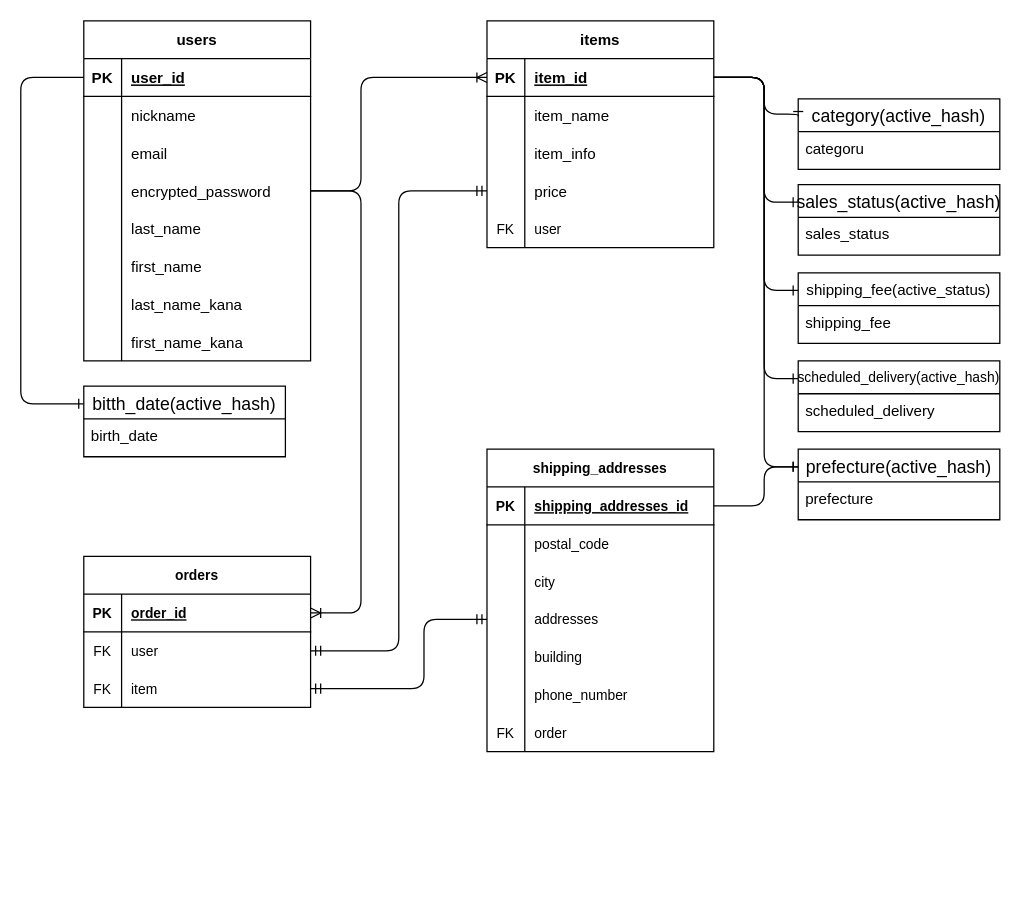
Before: ER.dio in tashiyama/furima-37891, a draw.io diagram. Source tidied: cells renumbered, new cells numbered last; positions are measured from the earlier drawing's top-left corner, leaving out a move shared by most shapes. Both pictures are drawn from the tidied source at 126%, with x=0, y=0 at pixel (20, 20).
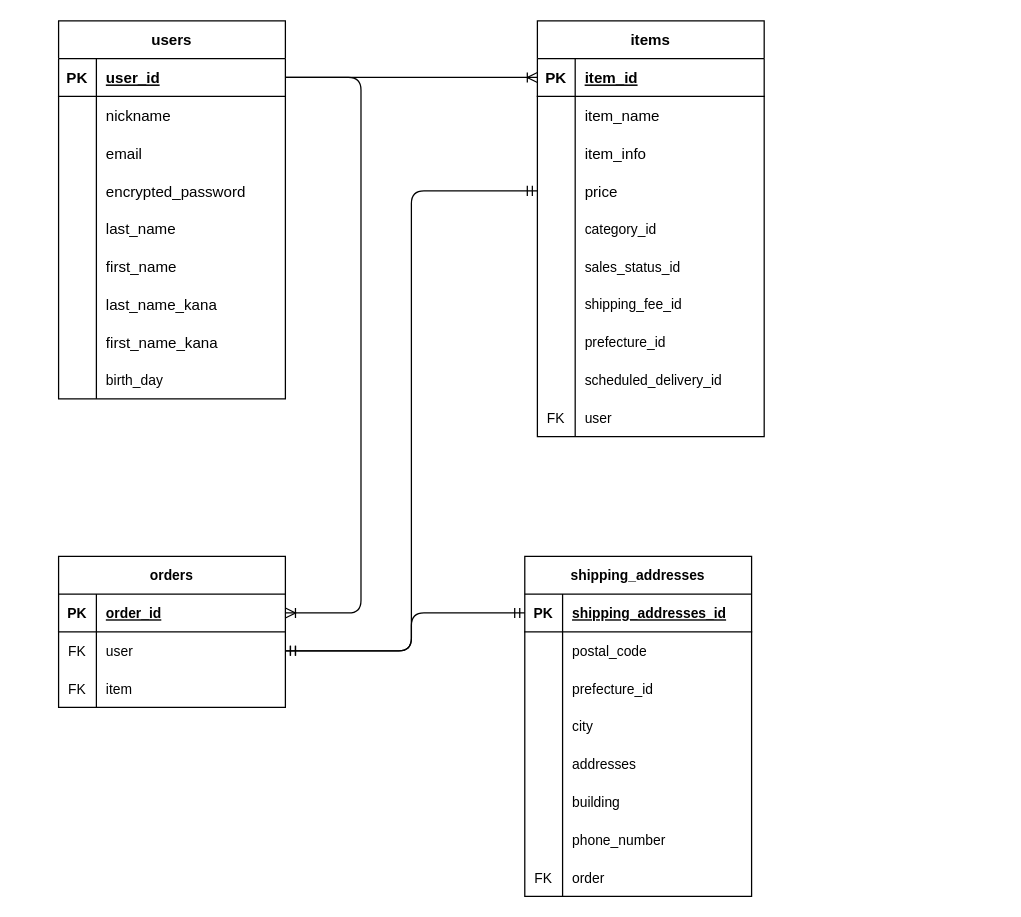
After the change.

Commit message (it also covers changes not shown here):
READ ME の修正とそれに合わせたER図

Unchanged cells that the change refers to:
```xml
<mxCell id="3" style="shape=partialRectangle;fillColor=none;top=0;left=0;bottom=1;right=0;points=[[0,0.5],[1,0.5]];portConstraint=eastwest;" parent="2" vertex="1">
  <mxGeometry y="30" width="180" height="30" as="geometry" />
</mxCell>
<mxCell id="12" style="shape=partialRectangle;fillColor=none;top=0;left=0;bottom=0;right=0;points=[[0,0.5],[1,0.5]];portConstraint=eastwest;" parent="2" vertex="1">
  <mxGeometry y="120" width="180" height="30" as="geometry" />
</mxCell>
<mxCell id="28" style="shape=partialRectangle;fillColor=none;top=0;left=0;bottom=1;right=0;points=[[0,0.5],[1,0.5]];portConstraint=eastwest;" parent="27" vertex="1">
  <mxGeometry y="30" width="180" height="30" as="geometry" />
</mxCell>
<mxCell id="54" style="shape=partialRectangle;fillColor=none;top=0;left=0;bottom=1;right=0;points=[[0,0.5],[1,0.5]];portConstraint=eastwest;fontSize=11;" parent="53" vertex="1">
  <mxGeometry y="30" width="180" height="30" as="geometry" />
</mxCell>
<mxCell id="57" style="shape=partialRectangle;fillColor=none;top=0;left=0;bottom=0;right=0;points=[[0,0.5],[1,0.5]];portConstraint=eastwest;fontSize=11;" parent="53" vertex="1">
  <mxGeometry y="60" width="180" height="30" as="geometry" />
</mxCell>
<mxCell id="60" style="shape=partialRectangle;fillColor=none;top=0;left=0;bottom=0;right=0;points=[[0,0.5],[1,0.5]];portConstraint=eastwest;fontSize=11;" parent="53" vertex="1">
  <mxGeometry y="90" width="180" height="30" as="geometry" />
</mxCell>
<mxCell id="64" style="shape=partialRectangle;fillColor=none;top=0;left=0;bottom=1;right=0;points=[[0,0.5],[1,0.5]];portConstraint=eastwest;fontSize=11;" parent="63" vertex="1">
  <mxGeometry y="30" width="180" height="30" as="geometry" />
</mxCell>
```

What changed in the source:
```diff
@@
     <mxCell id="2" value="users" style="shape=table;startSize=30;childLayout=tableLayout;rowLines=0;fontStyle=1;align=center;" parent="1" vertex="1">
-      <mxGeometry x="50" width="180" height="270" as="geometry" />
+      <mxGeometry x="30" width="180" height="300" as="geometry" />
     </mxCell>
@@
+    <mxCell id="98" style="shape=partialRectangle;fillColor=none;top=0;left=0;bottom=0;right=0;fontSize=11;" parent="2" vertex="1">
+      <mxGeometry y="270" width="180" height="30" as="geometry" />
+    </mxCell>
+    <mxCell id="99" style="shape=partialRectangle;fillColor=none;top=0;left=0;bottom=0;right=0;overflow=hidden;fontSize=11;" parent="98" vertex="1">
+      <mxGeometry width="30" height="30" as="geometry" />
+    </mxCell>
+    <mxCell id="100" value="birth_day" style="shape=partialRectangle;fillColor=none;top=0;left=0;bottom=0;right=0;align=left;spacingLeft=6;overflow=hidden;fontSize=11;" parent="98" vertex="1">
+      <mxGeometry x="30" width="150" height="30" as="geometry" />
+    </mxCell>
     <mxCell id="27" value="items" style="shape=table;startSize=30;childLayout=tableLayout;rowLines=0;fontStyle=1;align=center;" parent="1" vertex="1">
-      <mxGeometry x="370" width="180" height="180" as="geometry" />
+      <mxGeometry x="410" width="180" height="330" as="geometry" />
     </mxCell>
@@
+    <mxCell id="101" style="shape=partialRectangle;fillColor=none;top=0;left=0;bottom=0;right=0;fontSize=11;" parent="27" vertex="1">
+      <mxGeometry y="150" width="180" height="30" as="geometry" />
+    </mxCell>
+    <mxCell id="102" style="shape=partialRectangle;fillColor=none;top=0;left=0;bottom=0;right=0;overflow=hidden;fontSize=11;" parent="101" vertex="1">
+      <mxGeometry width="30" height="30" as="geometry" />
+    </mxCell>
+    <mxCell id="103" value="category_id" style="shape=partialRectangle;fillColor=none;top=0;left=0;bottom=0;right=0;align=left;spacingLeft=6;overflow=hidden;fontSize=11;" parent="101" vertex="1">
+      <mxGeometry x="30" width="150" height="30" as="geometry" />
+    </mxCell>
+    <mxCell id="104" style="shape=partialRectangle;fillColor=none;top=0;left=0;bottom=0;right=0;fontSize=11;" parent="27" vertex="1">
+      <mxGeometry y="180" width="180" height="30" as="geometry" />
+    </mxCell>
+    <mxCell id="105" style="shape=partialRectangle;fillColor=none;top=0;left=0;bottom=0;right=0;overflow=hidden;fontSize=11;" parent="104" vertex="1">
+      <mxGeometry width="30" height="30" as="geometry" />
+    </mxCell>
+    <mxCell id="106" value="sales_status_id" style="shape=partialRectangle;fillColor=none;top=0;left=0;bottom=0;right=0;align=left;spacingLeft=6;overflow=hidden;fontSize=11;" parent="104" vertex="1">
+      <mxGeometry x="30" width="150" height="30" as="geometry" />
+    </mxCell>
+    <mxCell id="107" style="shape=partialRectangle;fillColor=none;top=0;left=0;bottom=0;right=0;fontSize=11;" parent="27" vertex="1">
+      <mxGeometry y="210" width="180" height="30" as="geometry" />
+    </mxCell>
+    <mxCell id="108" style="shape=partialRectangle;fillColor=none;top=0;left=0;bottom=0;right=0;overflow=hidden;fontSize=11;" parent="107" vertex="1">
+      <mxGeometry width="30" height="30" as="geometry" />
+    </mxCell>
+    <mxCell id="109" value="shipping_fee_id" style="shape=partialRectangle;fillColor=none;top=0;left=0;bottom=0;right=0;align=left;spacingLeft=6;overflow=hidden;fontSize=11;" parent="107" vertex="1">
+      <mxGeometry x="30" width="150" height="30" as="geometry" />
+    </mxCell>
+    <mxCell id="110" style="shape=partialRectangle;fillColor=none;top=0;left=0;bottom=0;right=0;fontSize=11;" parent="27" vertex="1">
+      <mxGeometry y="240" width="180" height="30" as="geometry" />
+    </mxCell>
+    <mxCell id="111" style="shape=partialRectangle;fillColor=none;top=0;left=0;bottom=0;right=0;overflow=hidden;fontSize=11;" parent="110" vertex="1">
+      <mxGeometry width="30" height="30" as="geometry" />
+    </mxCell>
+    <mxCell id="112" value="prefecture_id " style="shape=partialRectangle;fillColor=none;top=0;left=0;bottom=0;right=0;align=left;spacingLeft=6;overflow=hidden;fontSize=11;" parent="110" vertex="1">
+      <mxGeometry x="30" width="150" height="30" as="geometry" />
+    </mxCell>
+    <mxCell id="113" style="shape=partialRectangle;fillColor=none;top=0;left=0;bottom=0;right=0;fontSize=11;" parent="27" vertex="1">
+      <mxGeometry y="270" width="180" height="30" as="geometry" />
+    </mxCell>
+    <mxCell id="114" style="shape=partialRectangle;fillColor=none;top=0;left=0;bottom=0;right=0;overflow=hidden;fontSize=11;" parent="113" vertex="1">
+      <mxGeometry width="30" height="30" as="geometry" />
+    </mxCell>
+    <mxCell id="115" value="scheduled_delivery_id" style="shape=partialRectangle;fillColor=none;top=0;left=0;bottom=0;right=0;align=left;spacingLeft=6;overflow=hidden;fontSize=11;" parent="113" vertex="1">
+      <mxGeometry x="30" width="150" height="30" as="geometry" />
+    </mxCell>
     <mxCell id="40" style="shape=partialRectangle;fillColor=none;top=0;left=0;bottom=0;right=0;fontSize=11;" parent="27" vertex="1">
-      <mxGeometry y="150" width="180" height="30" as="geometry" />
+      <mxGeometry y="300" width="180" height="30" as="geometry" />
     </mxCell>
@@
-    <mxCell id="43" value="category(active_hash)" style="swimlane;fontStyle=0;horizontal=1;startSize=26;align=center;fontSize=14;" parent="1" vertex="1">
-      <mxGeometry x="617" y="62" width="160" height="56" as="geometry" />
-    </mxCell>
-    <mxCell id="44" value="categoru" style="text;strokeColor=none;fillColor=none;spacingLeft=4;spacingRight=4;overflow=hidden;fontSize=12;" parent="43" vertex="1">
-      <mxGeometry y="26" width="160" height="30" as="geometry" />
-    </mxCell>
-    <mxCell id="45" value="sales_status(active_hash)" style="swimlane;fontStyle=0;horizontal=1;startSize=26;align=center;fontSize=14;" parent="1" vertex="1">
-      <mxGeometry x="617" y="130" width="160" height="56" as="geometry" />
-    </mxCell>
-    <mxCell id="46" value="sales_status" style="text;strokeColor=none;fillColor=none;spacingLeft=4;spacingRight=4;overflow=hidden;fontSize=12;" parent="45" vertex="1">
-      <mxGeometry y="26" width="160" height="30" as="geometry" />
-    </mxCell>
-    <mxCell id="47" value="shipping_fee(active_status)" style="swimlane;fontStyle=0;horizontal=1;startSize=26;align=center;fontSize=12;" parent="1" vertex="1">
-      <mxGeometry x="617" y="200" width="160" height="56" as="geometry" />
-    </mxCell>
-    <mxCell id="48" value="shipping_fee" style="text;strokeColor=none;fillColor=none;spacingLeft=4;spacingRight=4;overflow=hidden;fontSize=12;" parent="47" vertex="1">
-      <mxGeometry y="26" width="160" height="30" as="geometry" />
-    </mxCell>
-    <mxCell id="49" value="prefecture(active_hash)" style="swimlane;fontStyle=0;horizontal=1;startSize=26;align=center;fontSize=14;" parent="1" vertex="1">
-      <mxGeometry x="617" y="340" width="160" height="56" as="geometry" />
-    </mxCell>
-    <mxCell id="50" value="prefecture " style="text;strokeColor=none;fillColor=none;spacingLeft=4;spacingRight=4;overflow=hidden;fontSize=12;" parent="49" vertex="1">
-      <mxGeometry y="26" width="160" height="30" as="geometry" />
-    </mxCell>
-    <mxCell id="51" value="scheduled_delivery(active_hash)" style="swimlane;fontStyle=0;horizontal=1;startSize=26;align=center;fontSize=11;" parent="1" vertex="1">
-      <mxGeometry x="617" y="270" width="160" height="56" as="geometry" />
-    </mxCell>
-    <mxCell id="52" value="scheduled_delivery" style="text;strokeColor=none;fillColor=none;spacingLeft=4;spacingRight=4;overflow=hidden;fontSize=12;" parent="51" vertex="1">
-      <mxGeometry y="26" width="160" height="30" as="geometry" />
-    </mxCell>
     <mxCell id="53" value="orders" style="shape=table;startSize=30;childLayout=tableLayout;rowLines=0;fontStyle=1;align=center;fontSize=11;" parent="1" vertex="1">
-      <mxGeometry x="50" y="425" width="180" height="120" as="geometry" />
+      <mxGeometry x="30" y="425" width="180" height="120" as="geometry" />
     </mxCell>
@@
     <mxCell id="63" value="shipping_addresses" style="shape=table;startSize=30;childLayout=tableLayout;rowLines=0;fontStyle=1;align=center;fontSize=11;" parent="1" vertex="1">
-      <mxGeometry x="370" y="340" width="180" height="240" as="geometry" />
+      <mxGeometry x="400" y="425" width="180" height="270" as="geometry" />
     </mxCell>
@@
+    <mxCell id="116" style="shape=partialRectangle;fillColor=none;top=0;left=0;bottom=0;right=0;fontSize=11;" parent="63" vertex="1">
+      <mxGeometry y="90" width="180" height="30" as="geometry" />
+    </mxCell>
+    <mxCell id="117" style="shape=partialRectangle;fillColor=none;top=0;left=0;bottom=0;right=0;overflow=hidden;fontSize=11;" parent="116" vertex="1">
+      <mxGeometry width="30" height="30" as="geometry" />
+    </mxCell>
+    <mxCell id="118" value="prefecture_id" style="shape=partialRectangle;fillColor=none;top=0;left=0;bottom=0;right=0;align=left;spacingLeft=6;overflow=hidden;fontSize=11;" parent="116" vertex="1">
+      <mxGeometry x="30" width="150" height="30" as="geometry" />
+    </mxCell>
     <mxCell id="70" style="shape=partialRectangle;fillColor=none;top=0;left=0;bottom=0;right=0;fontSize=11;" parent="63" vertex="1">
-      <mxGeometry y="90" width="180" height="30" as="geometry" />
+      <mxGeometry y="120" width="180" height="30" as="geometry" />
     </mxCell>
@@
     <mxCell id="73" style="shape=partialRectangle;fillColor=none;top=0;left=0;bottom=0;right=0;points=[[0,0.5],[1,0.5]];portConstraint=eastwest;fontSize=11;" parent="63" vertex="1">
-      <mxGeometry y="120" width="180" height="30" as="geometry" />
+      <mxGeometry y="150" width="180" height="30" as="geometry" />
     </mxCell>
@@
     <mxCell id="76" style="shape=partialRectangle;fillColor=none;top=0;left=0;bottom=0;right=0;fontSize=11;" parent="63" vertex="1">
-      <mxGeometry y="150" width="180" height="30" as="geometry" />
+      <mxGeometry y="180" width="180" height="30" as="geometry" />
     </mxCell>
@@
     <mxCell id="79" style="shape=partialRectangle;fillColor=none;top=0;left=0;bottom=0;right=0;fontSize=11;" parent="63" vertex="1">
-      <mxGeometry y="180" width="180" height="30" as="geometry" />
+      <mxGeometry y="210" width="180" height="30" as="geometry" />
     </mxCell>
@@
     <mxCell id="82" style="shape=partialRectangle;fillColor=none;top=0;left=0;bottom=0;right=0;fontSize=11;" parent="63" vertex="1">
-      <mxGeometry y="210" width="180" height="30" as="geometry" />
+      <mxGeometry y="240" width="180" height="30" as="geometry" />
     </mxCell>
@@
-    <mxCell id="85" style="edgeStyle=orthogonalEdgeStyle;fontSize=12;html=1;endArrow=ERoneToMany;exitX=1;exitY=0.5;exitDx=0;exitDy=0;entryX=0;entryY=0.5;entryDx=0;entryDy=0;" parent="1" edge="1" source="12" target="28">
-      <mxGeometry relative="1" as="geometry">
-        <Array as="points">
-          <mxPoint x="270" y="135" />
-          <mxPoint x="270" y="45" />
-        </Array>
-      </mxGeometry>
-    </mxCell>
-    <mxCell id="86" style="edgeStyle=orthogonalEdgeStyle;fontSize=12;html=1;endArrow=ERoneToMany;exitX=1;exitY=0.5;exitDx=0;exitDy=0;entryX=1;entryY=0.5;entryDx=0;entryDy=0;" parent="1" edge="1" source="12" target="54">
-      <mxGeometry relative="1" as="geometry">
-        <Array as="points">
-          <mxPoint x="270" y="135" />
-          <mxPoint x="270" y="470" />
-        </Array>
-      </mxGeometry>
-    </mxCell>
@@
-    <mxCell id="88" style="edgeStyle=orthogonalEdgeStyle;fontSize=12;html=1;endArrow=ERmandOne;startArrow=ERmandOne;exitX=1;exitY=0.5;exitDx=0;exitDy=0;entryX=0;entryY=0.5;entryDx=0;entryDy=0;" parent="1" edge="1" source="60" target="73">
-      <mxGeometry relative="1" as="geometry">
-        <Array as="points">
-          <mxPoint x="320" y="530" />
-          <mxPoint x="320" y="475" />
-        </Array>
-      </mxGeometry>
-    </mxCell>
-    <mxCell id="89" style="edgeStyle=orthogonalEdgeStyle;fontSize=12;html=1;endArrow=ERone;endFill=1;exitX=1;exitY=0.5;exitDx=0;exitDy=0;entryX=0;entryY=0.25;entryDx=0;entryDy=0;" parent="1" edge="1" source="28" target="47">
-      <mxGeometry relative="1" as="geometry">
-        <Array as="points">
-          <mxPoint x="590" y="45" />
-          <mxPoint x="590" y="214" />
-        </Array>
-      </mxGeometry>
-    </mxCell>
-    <mxCell id="90" style="edgeStyle=orthogonalEdgeStyle;fontSize=12;html=1;endArrow=ERone;endFill=1;exitX=1;exitY=0.5;exitDx=0;exitDy=0;entryX=0;entryY=0.25;entryDx=0;entryDy=0;" parent="1" edge="1" source="28" target="45">
-      <mxGeometry relative="1" as="geometry">
-        <Array as="points">
-          <mxPoint x="590" y="45" />
-          <mxPoint x="590" y="144" />
-        </Array>
-      </mxGeometry>
-    </mxCell>
-    <mxCell id="91" style="edgeStyle=orthogonalEdgeStyle;fontSize=12;html=1;endArrow=ERone;endFill=1;exitX=1;exitY=0.5;exitDx=0;exitDy=0;entryX=0;entryY=0.25;entryDx=0;entryDy=0;" parent="1" edge="1" source="28" target="43">
-      <mxGeometry relative="1" as="geometry">
-        <Array as="points">
-          <mxPoint x="590" y="45" />
-          <mxPoint x="590" y="74" />
-        </Array>
-      </mxGeometry>
-    </mxCell>
-    <mxCell id="92" style="edgeStyle=orthogonalEdgeStyle;fontSize=12;html=1;endArrow=ERone;endFill=1;exitX=1;exitY=0.5;exitDx=0;exitDy=0;entryX=0;entryY=0.25;entryDx=0;entryDy=0;" parent="1" edge="1" source="28" target="51">
-      <mxGeometry relative="1" as="geometry">
-        <Array as="points">
-          <mxPoint x="590" y="45" />
-          <mxPoint x="590" y="284" />
-        </Array>
-      </mxGeometry>
-    </mxCell>
-    <mxCell id="93" style="edgeStyle=orthogonalEdgeStyle;fontSize=12;html=1;endArrow=ERone;endFill=1;exitX=1;exitY=0.5;exitDx=0;exitDy=0;entryX=0;entryY=0.25;entryDx=0;entryDy=0;" parent="1" edge="1" source="28" target="49">
-      <mxGeometry relative="1" as="geometry">
-        <Array as="points">
-          <mxPoint x="590" y="45" />
-          <mxPoint x="590" y="354" />
-        </Array>
-      </mxGeometry>
-    </mxCell>
-    <mxCell id="94" style="edgeStyle=orthogonalEdgeStyle;fontSize=12;html=1;endArrow=ERone;endFill=1;exitX=1;exitY=0.5;exitDx=0;exitDy=0;entryX=0;entryY=0.25;entryDx=0;entryDy=0;" parent="1" edge="1" source="64" target="49">
-      <mxGeometry relative="1" as="geometry">
-        <Array as="points">
-          <mxPoint x="590" y="385" />
-          <mxPoint x="590" y="354" />
-        </Array>
-      </mxGeometry>
-    </mxCell>
-    <mxCell id="95" value="bitth_date(active_hash)" style="swimlane;fontStyle=0;horizontal=1;startSize=26;align=center;fontSize=14;" parent="1" vertex="1">
-      <mxGeometry x="50" y="290" width="160" height="56" as="geometry" />
-    </mxCell>
-    <mxCell id="96" value="birth_date" style="text;strokeColor=none;fillColor=none;spacingLeft=4;spacingRight=4;overflow=hidden;fontSize=12;" parent="95" vertex="1">
-      <mxGeometry y="26" width="160" height="30" as="geometry" />
-    </mxCell>
-    <mxCell id="97" style="fontSize=12;html=1;endArrow=ERone;endFill=1;exitX=0;exitY=0.5;exitDx=0;exitDy=0;entryX=0;entryY=0.25;entryDx=0;entryDy=0;edgeStyle=orthogonalEdgeStyle;" parent="1" edge="1" source="3" target="95">
-      <mxGeometry relative="1" as="geometry">
-        <Array as="points">
-          <mxPoint y="45" />
-          <mxPoint y="304" />
-        </Array>
-      </mxGeometry>
-    </mxCell>
+    <mxCell id="119" style="edgeStyle=orthogonalEdgeStyle;fontSize=12;html=1;endArrow=ERmandOne;startArrow=ERmandOne;entryX=0;entryY=0.5;entryDx=0;entryDy=0;" parent="1" edge="1" source="57" target="64">
+      <mxGeometry relative="1" as="geometry">
+        <Array as="points">
+          <mxPoint x="310" y="500" />
+          <mxPoint x="310" y="470" />
+        </Array>
+      </mxGeometry>
+    </mxCell>
+    <mxCell id="120" style="edgeStyle=orthogonalEdgeStyle;fontSize=12;html=1;endArrow=ERoneToMany;exitX=1;exitY=0.5;exitDx=0;exitDy=0;entryX=1;entryY=0.5;entryDx=0;entryDy=0;" parent="1" edge="1" source="3" target="54">
+      <mxGeometry relative="1" as="geometry">
+        <Array as="points">
+          <mxPoint x="270" y="45" />
+          <mxPoint x="270" y="470" />
+        </Array>
+      </mxGeometry>
+    </mxCell>
+    <mxCell id="121" style="edgeStyle=orthogonalEdgeStyle;fontSize=12;html=1;endArrow=ERoneToMany;exitX=1;exitY=0.5;exitDx=0;exitDy=0;entryX=0;entryY=0.5;entryDx=0;entryDy=0;" parent="1" edge="1" source="3" target="28">
+      <mxGeometry relative="1" as="geometry" />
+    </mxCell>
```
